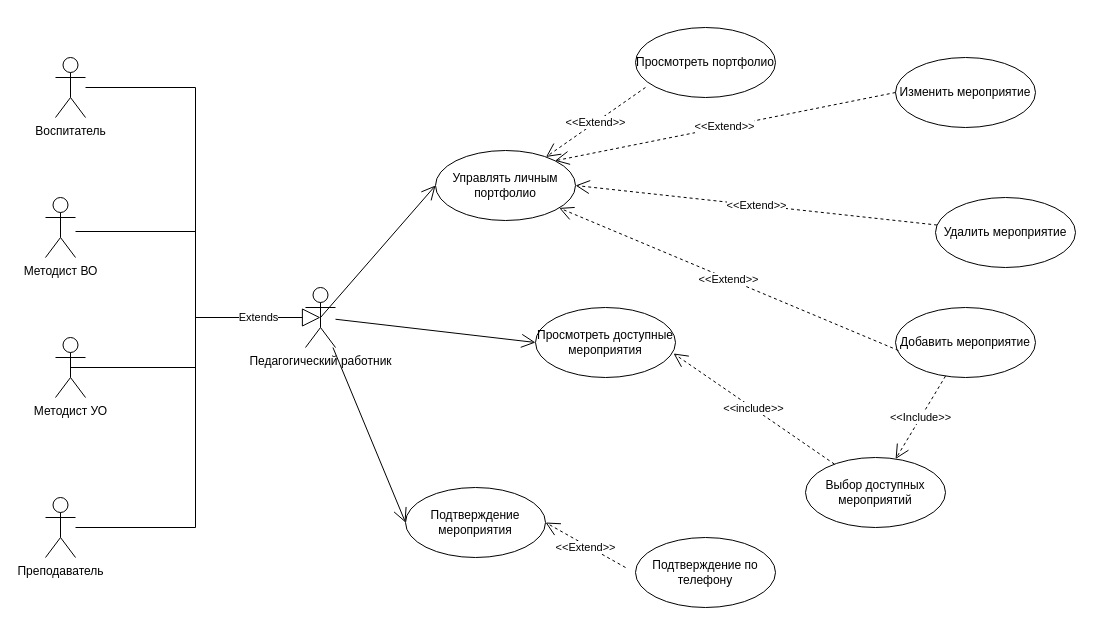
Alexk80/keywords keeps this draw.io diagram as Диаграмма прецедентов для педагогического работника.drawio. Above is the earlier version. Source tidied: cells renumbered, new cells numbered last; positions are measured from the earlier drawing's top-left corner, leaving out a move shared by most shapes. Both pictures are drawn from the tidied source at 100%, with x=0, y=0 at pixel (45, 27).
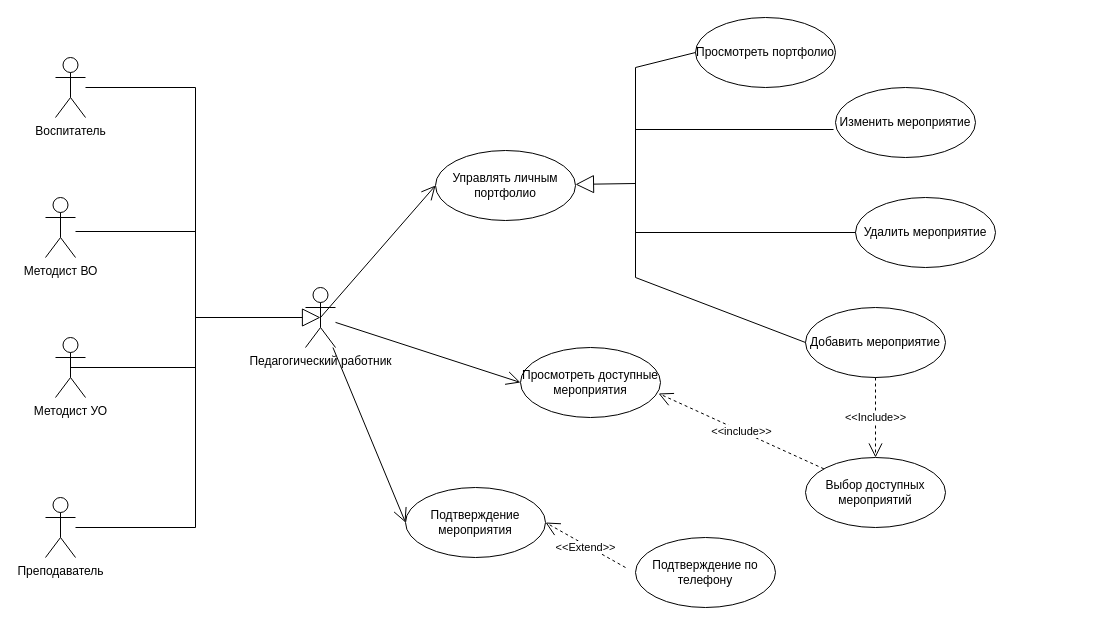
The same page after the edit.

The change refers to these unchanged cells:
```xml
<mxCell id="3" value="&lt;div&gt;Педагогический работник&lt;/div&gt;&lt;div&gt;&lt;br&gt;&lt;/div&gt;" style="shape=umlActor;verticalLabelPosition=bottom;verticalAlign=top;html=1;" parent="1" vertex="1">
  <mxGeometry x="260" y="260" width="30" height="60" as="geometry" />
</mxCell>
<mxCell id="13" value="Управлять личным портфолио" style="ellipse;whiteSpace=wrap;html=1;" parent="1" vertex="1">
  <mxGeometry x="390" y="123" width="140" height="70" as="geometry" />
</mxCell>
```

What changed in the source:
```diff
@@
-    <mxCell id="8" value="Extends" style="endArrow=block;endSize=16;endFill=0;html=1;entryX=0.5;entryY=0.5;entryDx=0;entryDy=0;entryPerimeter=0;" parent="1" edge="1" target="3">
-      <mxGeometry relative="1" as="geometry">
+    <mxCell id="8" style="endArrow=block;endSize=16;endFill=0;html=1;entryX=0.5;entryY=0.5;entryDx=0;entryDy=0;entryPerimeter=0;" parent="1" edge="1" target="3">
+      <mxGeometry x="-0.04" y="60" relative="1" as="geometry">
         <mxPoint x="150" y="290" as="sourcePoint" />
       </mxGeometry>
     </mxCell>
@@
     <mxCell id="15" value="Просмотреть доступные мероприятия" style="ellipse;whiteSpace=wrap;html=1;" parent="1" vertex="1">
-      <mxGeometry x="490" y="280" width="140" height="70" as="geometry" />
+      <mxGeometry x="475" y="320" width="140" height="70" as="geometry" />
     </mxCell>
@@
     <mxCell id="19" value="Добавить мероприятие" style="ellipse;whiteSpace=wrap;html=1;" parent="1" vertex="1">
-      <mxGeometry x="850" y="280" width="140" height="70" as="geometry" />
+      <mxGeometry x="760" y="280" width="140" height="70" as="geometry" />
     </mxCell>
     <mxCell id="20" value="Изменить мероприятие" style="ellipse;whiteSpace=wrap;html=1;" parent="1" vertex="1">
-      <mxGeometry x="850" y="30" width="140" height="70" as="geometry" />
+      <mxGeometry x="790" y="60" width="140" height="70" as="geometry" />
     </mxCell>
     <mxCell id="21" value="Удалить мероприятие" style="ellipse;whiteSpace=wrap;html=1;" parent="1" vertex="1">
-      <mxGeometry x="890" y="170" width="140" height="70" as="geometry" />
+      <mxGeometry x="810" y="170" width="140" height="70" as="geometry" />
     </mxCell>
-    <mxCell id="22" value="&amp;lt;&amp;lt;Extend&amp;gt;&amp;gt;" style="endArrow=open;endSize=12;dashed=1;html=1;exitX=0.021;exitY=0.614;exitDx=0;exitDy=0;exitPerimeter=0;" parent="1" edge="1" source="19" target="13">
-      <mxGeometry relative="1" as="geometry" />
-    </mxCell>
-    <mxCell id="23" value="&amp;lt;&amp;lt;Extend&amp;gt;&amp;gt;" style="endArrow=open;endSize=12;dashed=1;html=1;entryX=1;entryY=0.5;entryDx=0;entryDy=0;" parent="1" edge="1" source="21" target="13">
-      <mxGeometry relative="1" as="geometry" />
-    </mxCell>
-    <mxCell id="24" value="&amp;lt;&amp;lt;Extend&amp;gt;&amp;gt;" style="endArrow=open;endSize=12;dashed=1;html=1;entryX=1;entryY=0;entryDx=0;entryDy=0;exitX=0;exitY=0.5;exitDx=0;exitDy=0;" parent="1" edge="1" source="20" target="13">
-      <mxGeometry relative="1" as="geometry" />
-    </mxCell>
@@
     <mxCell id="30" value="Просмотреть портфолио" style="ellipse;whiteSpace=wrap;html=1;" parent="1" vertex="1">
-      <mxGeometry x="590" width="140" height="70" as="geometry" />
+      <mxGeometry x="650" y="-10" width="140" height="70" as="geometry" />
     </mxCell>
-    <mxCell id="31" value="&amp;lt;&amp;lt;Extend&amp;gt;&amp;gt;" style="endArrow=open;endSize=12;dashed=1;html=1;exitX=0.071;exitY=0.857;exitDx=0;exitDy=0;exitPerimeter=0;" parent="1" edge="1" source="30" target="13">
-      <mxGeometry relative="1" as="geometry" />
-    </mxCell>
+    <mxCell id="32" style="endArrow=none;html=1;" parent="1" edge="1">
+      <mxGeometry relative="1" as="geometry">
+        <mxPoint x="590" y="250" as="sourcePoint" />
+        <mxPoint x="590" y="40" as="targetPoint" />
+      </mxGeometry>
+    </mxCell>
+    <mxCell id="33" style="endArrow=block;endSize=16;endFill=0;html=1;" parent="1" edge="1" target="13">
+      <mxGeometry x="0.46" y="67" relative="1" as="geometry">
+        <mxPoint x="590" y="156" as="sourcePoint" />
+      </mxGeometry>
+    </mxCell>
+    <mxCell id="34" style="endArrow=none;html=1;entryX=0;entryY=0.5;entryDx=0;entryDy=0;" parent="1" edge="1" target="19">
+      <mxGeometry relative="1" as="geometry">
+        <mxPoint x="590" y="250" as="sourcePoint" />
+      </mxGeometry>
+    </mxCell>
+    <mxCell id="35" style="endArrow=none;html=1;entryX=0;entryY=0.5;entryDx=0;entryDy=0;" parent="1" edge="1" target="21">
+      <mxGeometry relative="1" as="geometry">
+        <mxPoint x="590" y="205" as="sourcePoint" />
+      </mxGeometry>
+    </mxCell>
+    <mxCell id="36" style="endArrow=none;html=1;entryX=-0.014;entryY=0.6;entryDx=0;entryDy=0;entryPerimeter=0;" parent="1" edge="1" target="20">
+      <mxGeometry relative="1" as="geometry">
+        <mxPoint x="590" y="102" as="sourcePoint" />
+      </mxGeometry>
+    </mxCell>
+    <mxCell id="37" style="endArrow=none;html=1;entryX=0;entryY=0.5;entryDx=0;entryDy=0;" parent="1" edge="1" target="30">
+      <mxGeometry relative="1" as="geometry">
+        <mxPoint x="590" y="40" as="sourcePoint" />
+      </mxGeometry>
+    </mxCell>
```
